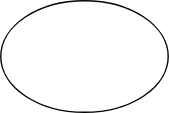
This is draw_dot_io_files/z_art.drawio.svg from zigmoo/svg_images, a draw.io export, as it was before one commit. Source tidied: cells renumbered, new cells last; positions are measured from the earlier drawing's top-left corner, leaving out a move shared by most shapes.
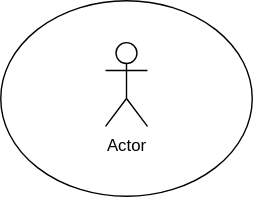
The same diagram one commit later.

What changed in the source:
```diff
@@ -3,7 +3,10 @@
     <mxCell id="0" />
     <mxCell id="1" parent="0" />
     <mxCell id="2" style="ellipse;whiteSpace=wrap;html=1;" parent="1" vertex="1">
-      <mxGeometry width="120" height="80" as="geometry" />
+      <mxGeometry width="180" height="140" as="geometry" />
     </mxCell>
+    <mxCell id="3" value="Actor" style="shape=umlActor;verticalLabelPosition=bottom;verticalAlign=top;html=1;" parent="1" vertex="1">
+      <mxGeometry x="75" y="30" width="30" height="60" as="geometry" />
+    </mxCell>
   </root>
 </mxGraphModel>
```
